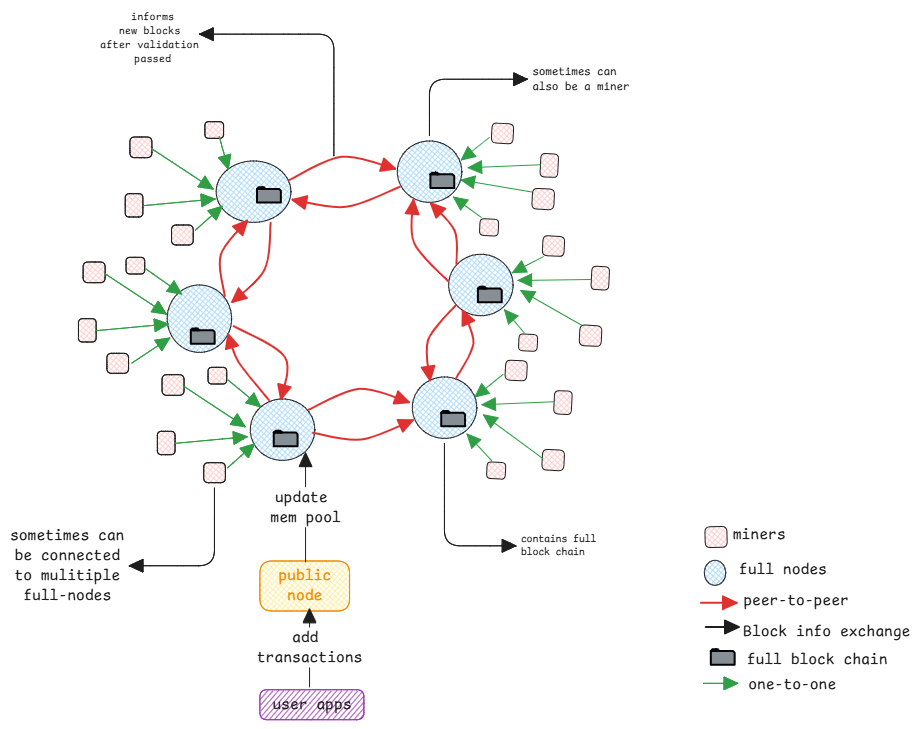
Earlier version of the Excalidraw export static/img/bitcoin-network.excalidraw.png (swaroopar/inprogress-engineer). Source tidied: one line per element, renumbered; positions are measured from the earlier drawing's top-left corner, leaving out a move shared by most shapes.
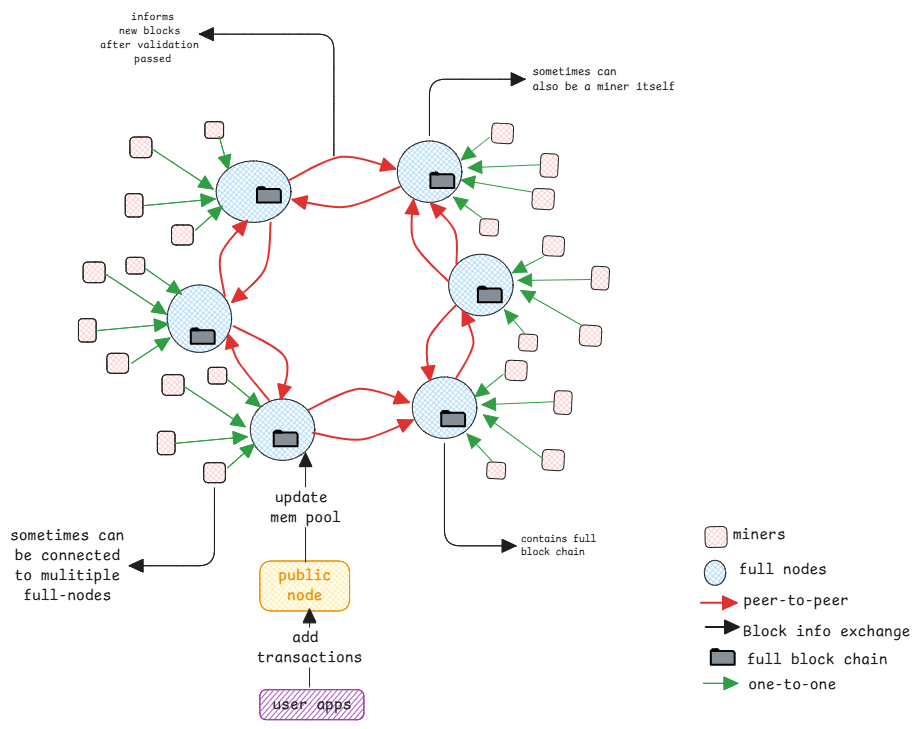
After the commit.

What changed in the source:
```diff
@@ -94,8 +94,8 @@
 {"id": 93, "type": "line", "strokeColor": "#000000", "backgroundColor": "#868e96", "fillStyle": "solid", "strokeWidth": 2, "roughness": 0, "x": 709, "y": 641, "width": 3, "height": 2, "points": [[0, 0], [-2, -2], [-3, -2], [-2, 0], [0, 0]]}
 {"id": 94, "type": "line", "strokeColor": "#000000", "backgroundColor": "#868e96", "fillStyle": "solid", "strokeWidth": 2, "roughness": 0, "x": 701, "y": 641, "width": 7, "height": 2, "points": [[0, 0], [2, -2], [5, -2], [7, 0], [0, 0]]}
 {"id": 95, "type": "text", "text": "full block chain", "strokeColor": "#1e1e1e", "backgroundColor": "#a5d8ff", "fillStyle": "cross-hatch", "strokeWidth": 2, "roughness": 0, "fontSize": 16, "fontFamily": 8, "x": 737, "y": 640, "width": 141, "height": 20}
-{"id": 96, "type": "text", "text": "sometimes can\nalso be a miner", "strokeColor": "#1e1e1e", "strokeWidth": 1, "roughness": 0, "fontSize": 11.81, "fontFamily": 8, "x": 522, "y": 55, "width": 97, "height": 30}
+{"id": 96, "type": "text", "text": "sometimes can\nalso be a miner itself", "strokeColor": "#1e1e1e", "strokeWidth": 1, "roughness": 0, "fontSize": 11.81, "fontFamily": 8, "x": 522, "y": 55, "width": 143, "height": 30}
-{"id": 97, "type": "arrow", "strokeColor": "#1e1e1e", "strokeWidth": 1, "roughness": 0, "endArrowhead": "triangle", "from": 3, "to": 96, "x": 419, "y": 126, "width": 98, "height": 57, "points": [[0, 0], [0, -57], [98, -57]]}
+{"id": 97, "type": "arrow", "strokeColor": "#1e1e1e", "strokeWidth": 1, "roughness": 0, "endArrowhead": "triangle", "from": 3, "to": 96, "x": 419, "y": 126, "width": 95, "height": 57, "points": [[0, 0], [0, -57], [95, -57]]}
 {"id": 98, "type": "arrow", "strokeColor": "#1e1e1e", "strokeWidth": 1, "roughness": 0, "endArrowhead": "triangle", "x": 323, "y": 146, "width": 134, "height": 122, "points": [[0, 0], [0, 0], [0, -122], [-134, -122]]}
 {"id": 99, "type": "text", "text": "informs\nnew blocks \nafter validation \npassed", "strokeColor": "#1e1e1e", "strokeWidth": 1, "roughness": 0, "fontSize": 11.23, "fontFamily": 8, "textAlign": "center", "x": 90, "y": 0, "width": 105, "height": 56}
 {"id": 100, "type": "arrow", "strokeColor": "#2f9e44", "strokeWidth": 1, "roughness": 0, "endArrowhead": "triangle", "x": 693, "y": 673, "width": 35, "height": 0, "points": [[0, 0], [35, 0]]}
```
